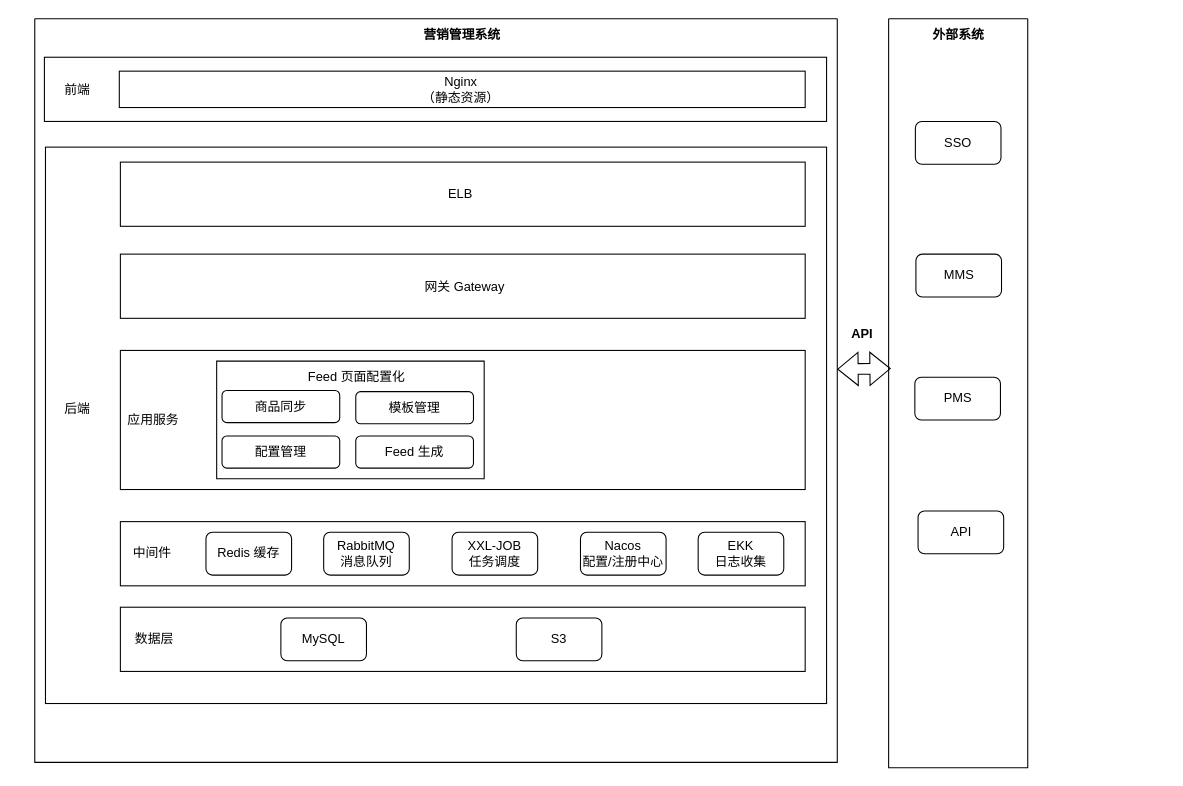
The draw.io diagram Datafeed配置化页面.drawio in hellosz/my_package, before the edit. Source tidied: cells renumbered, new cells numbered last; positions are measured from the earlier drawing's top-left corner, leaving out a move shared by most shapes. Both pictures are drawn from the tidied source at 107%, with x=0, y=0 at pixel (34, 18).
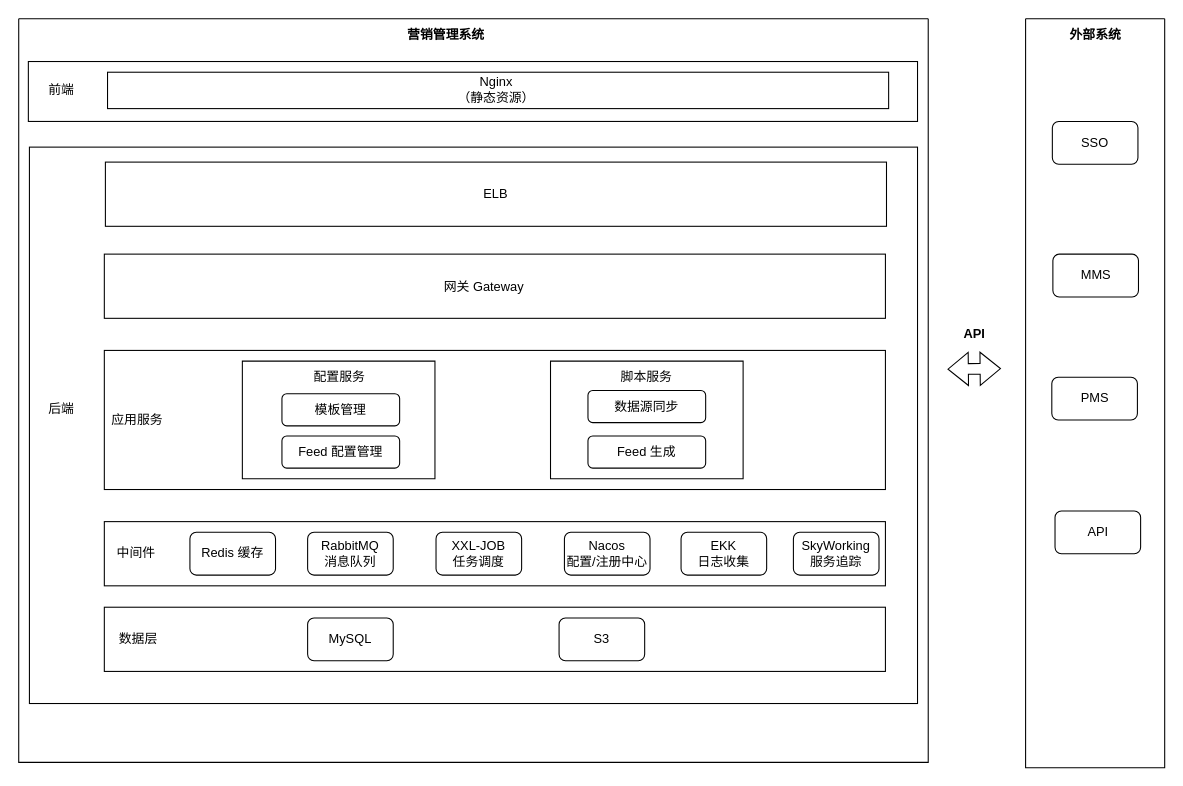
The same page after the edit.

Commit message:
Update Datafeed配置化页面.drawio

Change to the diagram source:
```diff
@@
     <mxCell id="2" style="swimlane;startSize=0;" parent="1" vertex="1">
-      <mxGeometry width="750" height="695" as="geometry" />
+      <mxGeometry x="-15" width="850" height="695" as="geometry" />
     </mxCell>
     <mxCell id="3" style="rounded=0;whiteSpace=wrap;html=1;" parent="2" vertex="1">
-      <mxGeometry x="9" y="36" width="731" height="60" as="geometry" />
+      <mxGeometry x="9" y="40" width="831" height="56" as="geometry" />
     </mxCell>
     <mxCell id="4" style="rounded=0;whiteSpace=wrap;html=1;" parent="2" vertex="1">
-      <mxGeometry x="10" y="120" width="730" height="520" as="geometry" />
+      <mxGeometry x="10" y="120" width="830" height="520" as="geometry" />
     </mxCell>
@@
     <mxCell id="8" style="rounded=0;whiteSpace=wrap;html=1;" parent="2" vertex="1">
-      <mxGeometry x="80" y="220" width="640" height="60" as="geometry" />
+      <mxGeometry x="80" y="220" width="730" height="60" as="geometry" />
     </mxCell>
     <mxCell id="9" style="rounded=0;whiteSpace=wrap;html=1;" parent="2" vertex="1">
-      <mxGeometry x="80" y="310" width="640" height="130" as="geometry" />
+      <mxGeometry x="80" y="310" width="730" height="130" as="geometry" />
     </mxCell>
     <mxCell id="10" style="rounded=0;whiteSpace=wrap;html=1;" parent="2" vertex="1">
-      <mxGeometry x="80" y="470" width="640" height="60" as="geometry" />
+      <mxGeometry x="80" y="470" width="730" height="60" as="geometry" />
     </mxCell>
     <mxCell id="11" style="rounded=0;whiteSpace=wrap;html=1;" parent="2" vertex="1">
-      <mxGeometry x="80" y="550" width="640" height="60" as="geometry" />
+      <mxGeometry x="80" y="550" width="730" height="60" as="geometry" />
     </mxCell>
     <mxCell id="12" value="网关 Gateway" style="text;html=1;strokeColor=none;fillColor=none;align=center;verticalAlign=middle;whiteSpace=wrap;rounded=0;" parent="2" vertex="1">
-      <mxGeometry x="347.5" y="236" width="107.5" height="30" as="geometry" />
+      <mxGeometry x="380.5" y="236" width="107.5" height="30" as="geometry" />
     </mxCell>
@@
     <mxCell id="17" value="EKK&lt;br&gt;日志收集" style="rounded=1;whiteSpace=wrap;html=1;" parent="2" vertex="1">
-      <mxGeometry x="620" y="480" width="80" height="40" as="geometry" />
+      <mxGeometry x="619" y="480" width="80" height="40" as="geometry" />
     </mxCell>
     <mxCell id="18" value="MySQL" style="rounded=1;whiteSpace=wrap;html=1;" parent="2" vertex="1">
-      <mxGeometry x="230" y="560" width="80" height="40" as="geometry" />
+      <mxGeometry x="270" y="560" width="80" height="40" as="geometry" />
     </mxCell>
     <mxCell id="19" value="S3" style="rounded=1;whiteSpace=wrap;html=1;" parent="2" vertex="1">
-      <mxGeometry x="450" y="560" width="80" height="40" as="geometry" />
+      <mxGeometry x="505" y="560" width="80" height="40" as="geometry" />
     </mxCell>
@@
     <mxCell id="22" style="verticalLabelPosition=bottom;verticalAlign=top;html=1;shape=mxgraph.basic.rect;fillColor2=none;strokeWidth=1;size=20;indent=5;" parent="2" vertex="1">
-      <mxGeometry x="170" y="320" width="250" height="110" as="geometry" />
+      <mxGeometry x="209" y="320" width="180" height="110" as="geometry" />
     </mxCell>
-    <mxCell id="23" value="商品同步" style="rounded=1;whiteSpace=wrap;html=1;" parent="2" vertex="1">
-      <mxGeometry x="175" y="347.5" width="110" height="30" as="geometry" />
+    <mxCell id="23" value="模板管理" style="rounded=1;whiteSpace=wrap;html=1;" parent="2" vertex="1">
+      <mxGeometry x="246" y="350.5" width="110" height="30" as="geometry" />
     </mxCell>
-    <mxCell id="24" value="模板管理" style="rounded=1;whiteSpace=wrap;html=1;" parent="2" vertex="1">
-      <mxGeometry x="300" y="348.5" width="110" height="30" as="geometry" />
-    </mxCell>
-    <mxCell id="25" value="配置管理" style="rounded=1;whiteSpace=wrap;html=1;" parent="2" vertex="1">
-      <mxGeometry x="175" y="390" width="110" height="30" as="geometry" />
-    </mxCell>
-    <mxCell id="26" value="Feed 生成" style="rounded=1;whiteSpace=wrap;html=1;" parent="2" vertex="1">
-      <mxGeometry x="300" y="390" width="110" height="30" as="geometry" />
-    </mxCell>
-    <mxCell id="27" value="Feed 页面配置化" style="text;html=1;strokeColor=none;fillColor=none;align=center;verticalAlign=middle;whiteSpace=wrap;rounded=0;" parent="2" vertex="1">
-      <mxGeometry x="246" y="320" width="110" height="30" as="geometry" />
+    <mxCell id="27" value="配置服务" style="text;html=1;strokeColor=none;fillColor=none;align=center;verticalAlign=middle;whiteSpace=wrap;rounded=0;" parent="2" vertex="1">
+      <mxGeometry x="245" y="320" width="110" height="30" as="geometry" />
     </mxCell>
@@
+    <mxCell id="41" style="verticalLabelPosition=bottom;verticalAlign=top;html=1;shape=mxgraph.basic.rect;fillColor2=none;strokeWidth=1;size=20;indent=5;" parent="2" vertex="1">
+      <mxGeometry x="497" y="320" width="180" height="110" as="geometry" />
+    </mxCell>
+    <mxCell id="42" value="数据源同步" style="rounded=1;whiteSpace=wrap;html=1;" parent="2" vertex="1">
+      <mxGeometry x="532" y="347.5" width="110" height="30" as="geometry" />
+    </mxCell>
+    <mxCell id="26" value="Feed 生成" style="rounded=1;whiteSpace=wrap;html=1;" parent="2" vertex="1">
+      <mxGeometry x="532" y="390" width="110" height="30" as="geometry" />
+    </mxCell>
+    <mxCell id="43" value="脚本服务" style="text;html=1;strokeColor=none;fillColor=none;align=center;verticalAlign=middle;whiteSpace=wrap;rounded=0;" parent="2" vertex="1">
+      <mxGeometry x="532" y="320" width="110" height="30" as="geometry" />
+    </mxCell>
+    <mxCell id="44" value="Feed 配置管理" style="rounded=1;whiteSpace=wrap;html=1;" parent="2" vertex="1">
+      <mxGeometry x="246" y="390" width="110" height="30" as="geometry" />
+    </mxCell>
+    <mxCell id="45" value="SkyWorking&lt;br&gt;服务追踪" style="rounded=1;whiteSpace=wrap;html=1;" parent="2" vertex="1">
+      <mxGeometry x="724" y="480" width="80" height="40" as="geometry" />
+    </mxCell>
     <mxCell id="29" style="swimlane;startSize=0;" parent="1" vertex="1">
-      <mxGeometry x="798" width="130" height="700" as="geometry" />
+      <mxGeometry x="926" width="130" height="700" as="geometry" />
     </mxCell>
@@
     <mxCell id="35" style="rounded=0;whiteSpace=wrap;html=1;" parent="1" vertex="1">
-      <mxGeometry x="79" y="49" width="641" height="34" as="geometry" />
+      <mxGeometry x="68" y="50" width="730" height="34" as="geometry" />
     </mxCell>
     <mxCell id="36" value="Nginx&lt;br&gt;（静态资源）" style="text;html=1;strokeColor=none;fillColor=none;align=center;verticalAlign=middle;whiteSpace=wrap;rounded=0;fontStyle=0;" parent="1" vertex="1">
-      <mxGeometry x="360.5" y="51" width="75" height="30" as="geometry" />
+      <mxGeometry x="393.5" y="51" width="75" height="30" as="geometry" />
     </mxCell>
     <mxCell id="37" style="rounded=0;whiteSpace=wrap;html=1;" parent="1" vertex="1">
-      <mxGeometry x="80" y="134" width="640" height="60" as="geometry" />
+      <mxGeometry x="66" y="134" width="730" height="60" as="geometry" />
     </mxCell>
     <mxCell id="38" value="ELB" style="text;html=1;strokeColor=none;fillColor=none;align=center;verticalAlign=middle;whiteSpace=wrap;rounded=0;" parent="1" vertex="1">
-      <mxGeometry x="368" y="149" width="60" height="30" as="geometry" />
+      <mxGeometry x="401" y="149" width="60" height="30" as="geometry" />
     </mxCell>
     <mxCell id="39" style="shape=flexArrow;endArrow=classic;startArrow=classic;html=1;rounded=0;exitX=1;exitY=0.546;exitDx=0;exitDy=0;exitPerimeter=0;" parent="1" edge="1">
       <mxGeometry relative="1" as="geometry">
-        <mxPoint x="750" y="327.5" as="sourcePoint" />
-        <mxPoint x="800" y="327" as="targetPoint" />
+        <mxPoint x="853" y="327.5" as="sourcePoint" />
+        <mxPoint x="903" y="327" as="targetPoint" />
       </mxGeometry>
     </mxCell>
     <mxCell id="40" value="API" style="text;html=1;strokeColor=none;fillColor=none;align=center;verticalAlign=middle;whiteSpace=wrap;rounded=0;fontStyle=1;" parent="1" vertex="1">
-      <mxGeometry x="736" y="280" width="75" height="30" as="geometry" />
+      <mxGeometry x="841" y="280" width="75" height="30" as="geometry" />
     </mxCell>
```
